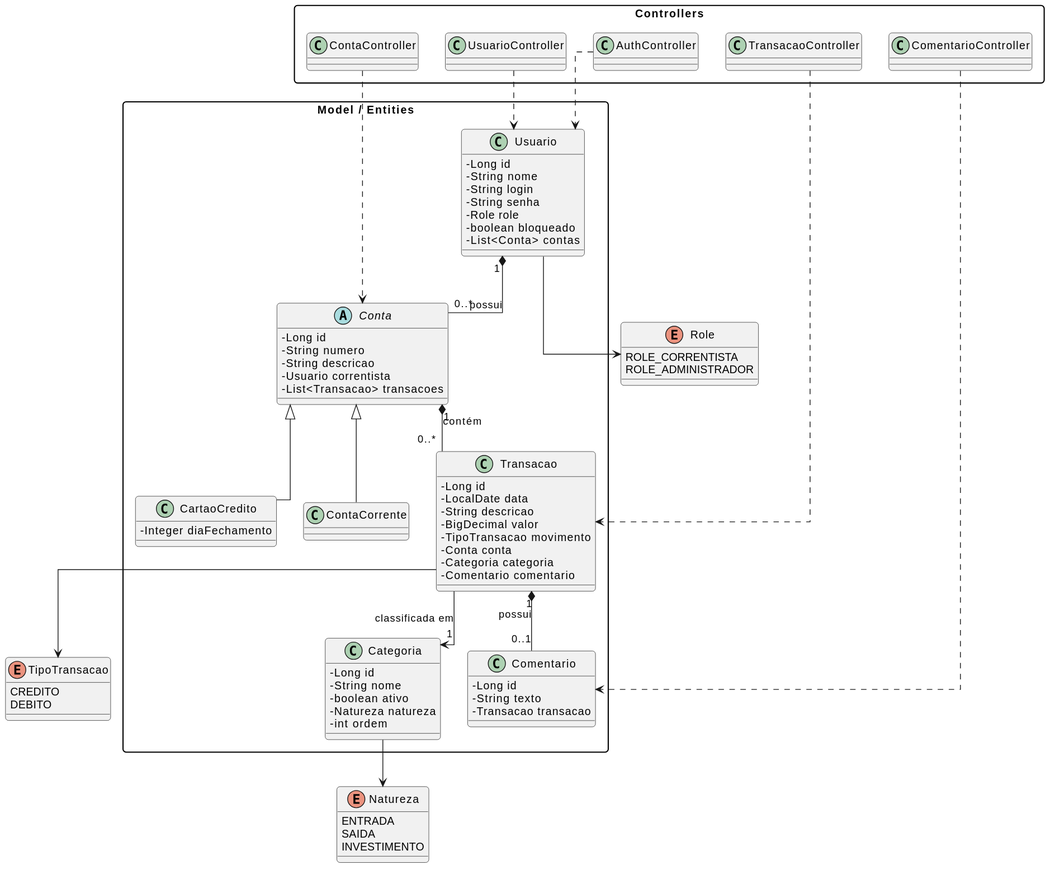
Before: docs/classDiagram/Dindin.svg, a diagram exported from PlantUML (MelquisedequeVital/Dindin). The source it was exported from:
```plantuml
@startuml
skinparam classAttributeIconSize 0
skinparam packageStyle rectangle
skinparam roundcorner 8
skinparam linetype ortho

enum Role {
    ROLE_CORRENTISTA
    ROLE_ADMINISTRADOR
}

enum TipoTransacao {
    CREDITO
    DEBITO
}

enum Natureza {
    ENTRADA
    SAIDA
    INVESTIMENTO
}

package "Model / Entities" {

    class Usuario {
        - Long id
        - String nome
        - String login
        - String senha
        - Role role
        - boolean bloqueado
        - List<Conta> contas
    }

    abstract class Conta {
        - Long id
        - String numero
        - String descricao
        - Usuario correntista
        - List<Transacao> transacoes
    }

    class ContaCorrente {
    }

    class CartaoCredito {
        - Integer diaFechamento
    }

    class Transacao {
        - Long id
        - LocalDate data
        - String descricao
        - BigDecimal valor
        - TipoTransacao movimento
        - Conta conta
        - Categoria categoria
        - Comentario comentario
    }

    class Comentario {
        - Long id
        - String texto
        - Transacao transacao
    }

    class Categoria {
        - Long id
        - String nome
        - boolean ativo
        - Natureza natureza
        - int ordem
    }
}

package "Controllers" {
    class AuthController
    class UsuarioController
    class ContaController
    class TransacaoController
    class ComentarioController
}

Conta <|-- ContaCorrente
Conta <|-- CartaoCredito

Usuario "1" *-- "0..*" Conta : possui
Usuario --> Role
Conta "1" *-- "0..*" Transacao : contém
Transacao --> TipoTransacao
Transacao --> "1" Categoria : classificada em
Transacao "1" *-- "0..1" Comentario : possui
Categoria --> Natureza

AuthController ..> Usuario
UsuarioController ..> Usuario
ContaController ..> Conta
TransacaoController ..> Transacao
ComentarioController ..> Comentario
@enduml
```
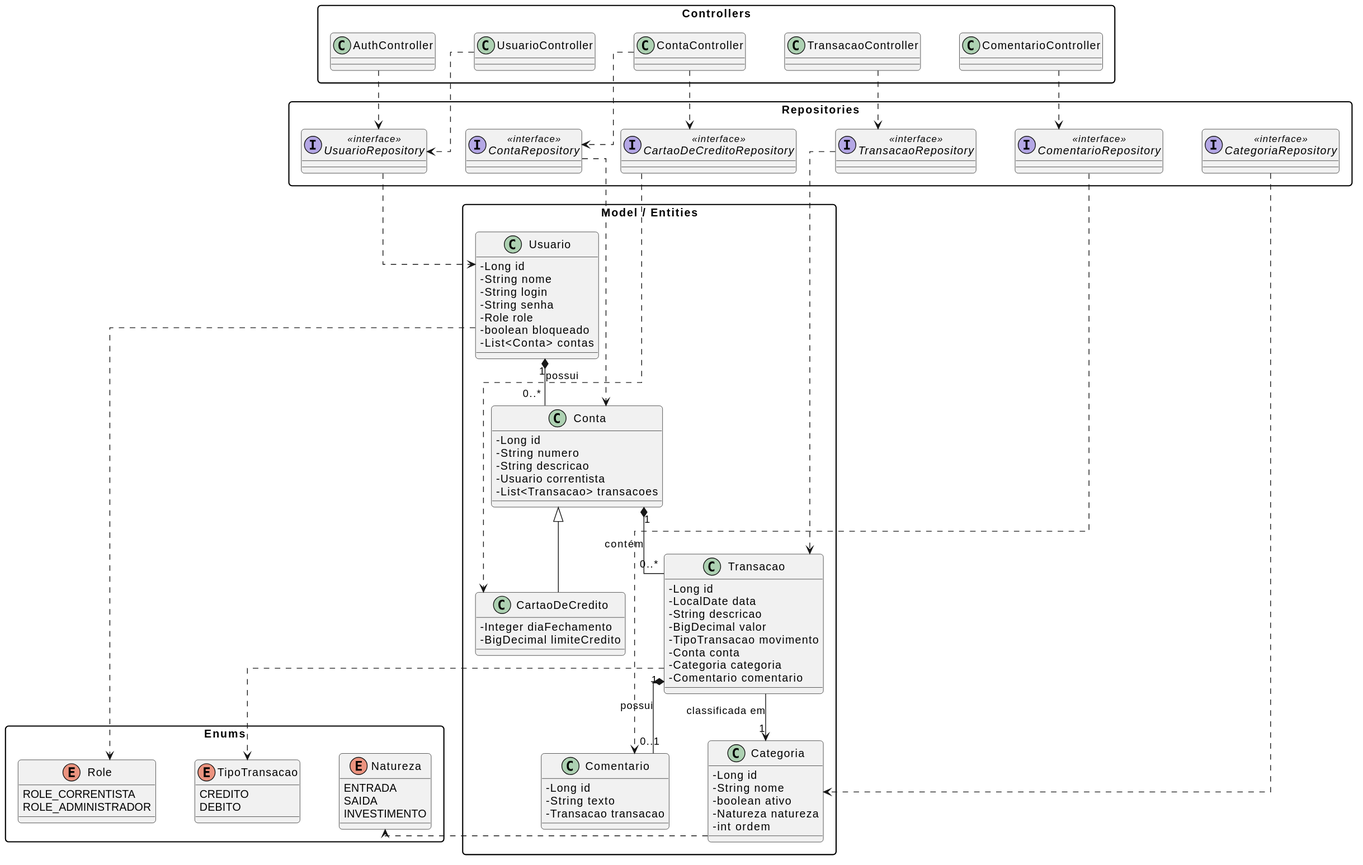
The same diagram one commit later.

Commit message:
docs(classDIagram): adiciona repositories

Change to the diagram source:
```diff
@@ -1,23 +1,45 @@
 @startuml
+top to bottom direction
 skinparam classAttributeIconSize 0
 skinparam packageStyle rectangle
 skinparam roundcorner 8
 skinparam linetype ortho
+skinparam nodesep 50
+skinparam ranksep 60
 
-enum Role {
-    ROLE_CORRENTISTA
-    ROLE_ADMINISTRADOR
+package "Enums" {
+    enum Role {
+        ROLE_CORRENTISTA
+        ROLE_ADMINISTRADOR
+    }
+
+    enum TipoTransacao {
+        CREDITO
+        DEBITO
+    }
+
+    enum Natureza {
+        ENTRADA
+        SAIDA
+        INVESTIMENTO
+    }
 }
 
-enum TipoTransacao {
-    CREDITO
-    DEBITO
+package "Controllers" {
+    class AuthController
+    class UsuarioController
+    class ContaController
+    class TransacaoController
+    class ComentarioController
 }
 
-enum Natureza {
-    ENTRADA
-    SAIDA
-    INVESTIMENTO
+package "Repositories" {
+    interface UsuarioRepository <<interface>>
+    interface ContaRepository <<interface>>
+    interface CartaoDeCreditoRepository <<interface>>
+    interface TransacaoRepository <<interface>>
+    interface ComentarioRepository <<interface>>
+    interface CategoriaRepository <<interface>>
 }
 
 package "Model / Entities" {
@@ -32,7 +54,7 @@
         - List<Conta> contas
     }
 
-    abstract class Conta {
+    class Conta {
         - Long id
         - String numero
         - String descricao
@@ -40,11 +62,9 @@
         - List<Transacao> transacoes
     }
 
-    class ContaCorrente {
-    }
-
-    class CartaoCredito {
+    class CartaoDeCredito {
         - Integer diaFechamento
+        - BigDecimal limiteCredito
     }
 
     class Transacao {
@@ -73,28 +93,29 @@
     }
 }
 
-package "Controllers" {
-    class AuthController
-    class UsuarioController
-    class ContaController
-    class TransacaoController
-    class ComentarioController
-}
-
-Conta <|-- ContaCorrente
-Conta <|-- CartaoCredito
+Conta <|-- CartaoDeCredito
 
 Usuario "1" *-- "0..*" Conta : possui
-Usuario --> Role
+Usuario -[hidden]right- Role
+Usuario .right.> Role
+
 Conta "1" *-- "0..*" Transacao : contém
-Transacao --> TipoTransacao
+Transacao .right.> TipoTransacao
 Transacao --> "1" Categoria : classificada em
 Transacao "1" *-- "0..1" Comentario : possui
-Categoria --> Natureza
+Categoria .right.> Natureza
 
-AuthController ..> Usuario
-UsuarioController ..> Usuario
-ContaController ..> Conta
-TransacaoController ..> Transacao
-ComentarioController ..> Comentario
+AuthController ..> UsuarioRepository
+UsuarioController ..> UsuarioRepository
+ContaController ..> ContaRepository
+ContaController ..> CartaoDeCreditoRepository
+TransacaoController ..> TransacaoRepository
+ComentarioController ..> ComentarioRepository
+
+UsuarioRepository ..> Usuario
+ContaRepository ..> Conta
+CartaoDeCreditoRepository ..> CartaoDeCredito
+TransacaoRepository ..> Transacao
+ComentarioRepository ..> Comentario
+CategoriaRepository ..> Categoria
 @enduml
```
